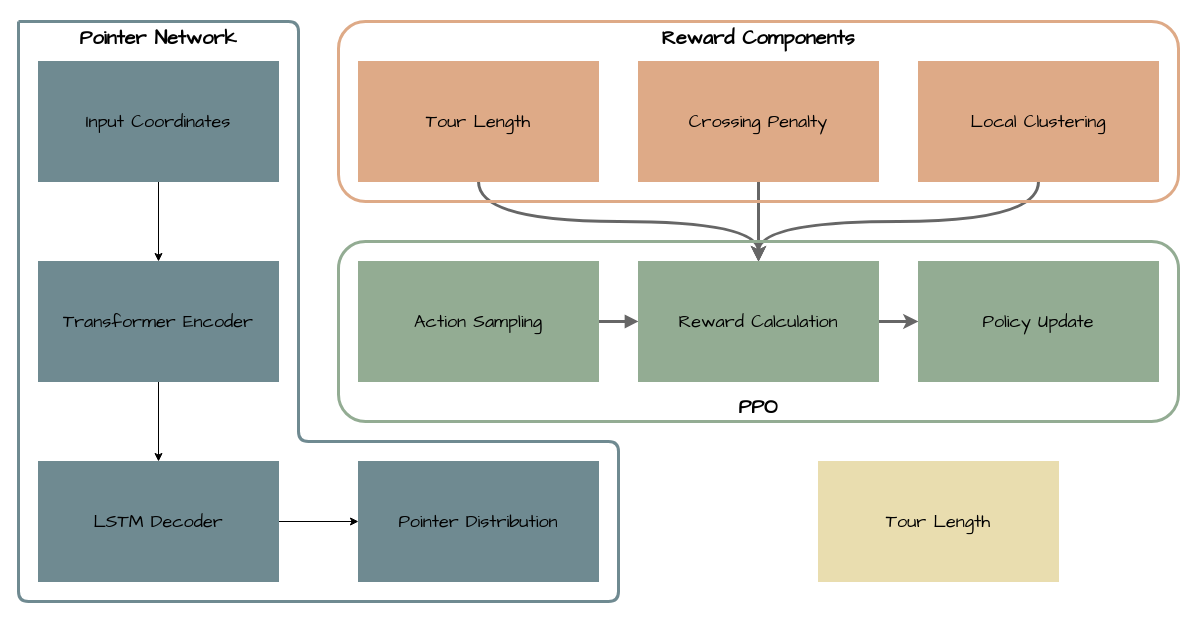
q10l01p/draw keeps this draw.io diagram as tsp.drawio. Above is the earlier version. Source tidied: cells renumbered, new cells numbered last; positions are measured from the earlier drawing's top-left corner, leaving out a move shared by most shapes. Both pictures are drawn from the tidied source at 100%, with x=0, y=0 at pixel (18, 21).
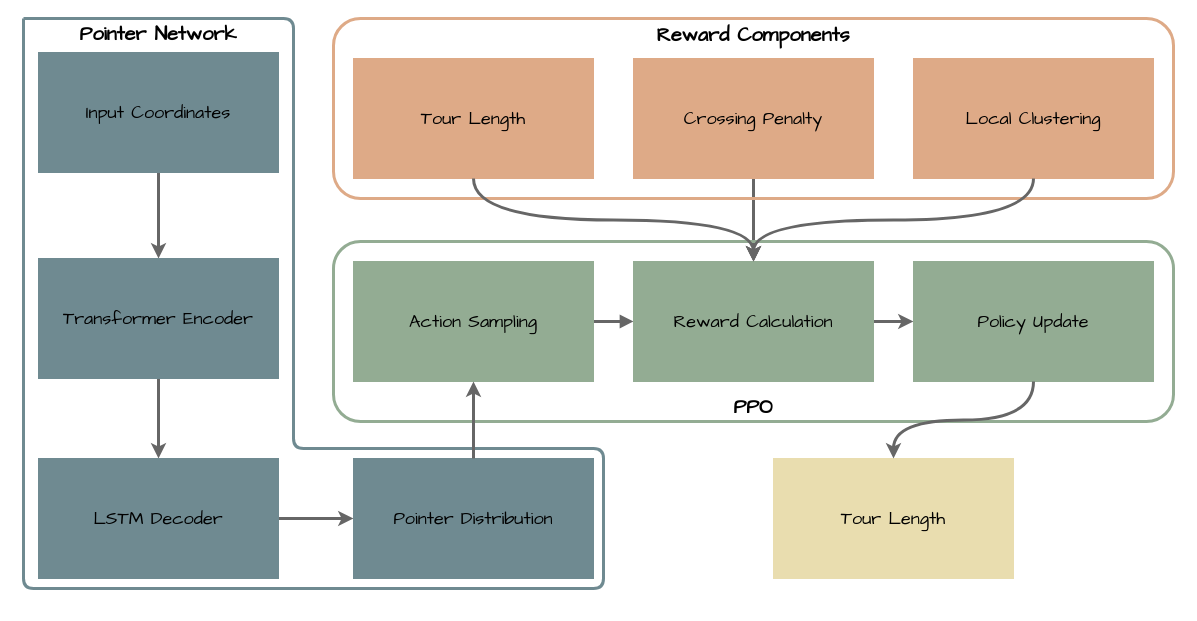
After the change.

Unchanged cells that the change refers to:
```xml
<mxCell id="17" value="&lt;p style=&quot;margin: 0px; font-style: normal; font-variant-caps: normal; font-stretch: normal; line-height: normal; font-size-adjust: none; font-kerning: auto; font-variant-alternates: normal; font-variant-ligatures: normal; font-variant-numeric: normal; font-variant-east-asian: normal; font-variant-position: normal; font-feature-settings: normal; font-optical-sizing: auto; font-variation-settings: normal;&quot;&gt;Tour Length&lt;/p&gt;" style="rounded=0;whiteSpace=wrap;html=1;fillColor=#DEAA87;strokeColor=#DEAA87;fontFamily=Comic Sans MS;fontSize=18;glass=0;" parent="15" vertex="1">
  <mxGeometry x="20" y="40" width="240" height="120" as="geometry" />
</mxCell>
<mxCell id="19" value="&lt;p style=&quot;margin: 0px; font-style: normal; font-variant-caps: normal; font-stretch: normal; line-height: normal; font-size-adjust: none; font-kerning: auto; font-variant-alternates: normal; font-variant-ligatures: normal; font-variant-numeric: normal; font-variant-east-asian: normal; font-variant-position: normal; font-feature-settings: normal; font-optical-sizing: auto; font-variation-settings: normal;&quot;&gt;Local Clustering&lt;/p&gt;" style="rounded=0;whiteSpace=wrap;html=1;fillColor=#DEAA87;strokeColor=#DEAA87;fontFamily=Comic Sans MS;fontSize=18;glass=0;gradientColor=none;fillStyle=auto;" parent="15" vertex="1">
  <mxGeometry x="580" y="40" width="240" height="120" as="geometry" />
</mxCell>
<mxCell id="24" value="&lt;p style=&quot;margin: 0px; font-style: normal; font-variant-caps: normal; font-stretch: normal; line-height: normal; font-size-adjust: none; font-kerning: auto; font-variant-alternates: normal; font-variant-ligatures: normal; font-variant-numeric: normal; font-variant-east-asian: normal; font-variant-position: normal; font-feature-settings: normal; font-optical-sizing: auto; font-variation-settings: normal;&quot;&gt;Action Sampling&lt;/p&gt;" style="rounded=0;whiteSpace=wrap;html=1;fillColor=#93AC93;strokeColor=#93AC93;fontFamily=Comic Sans MS;fontSize=18;glass=0;" parent="21" vertex="1">
  <mxGeometry x="20" y="20" width="240" height="120" as="geometry" />
</mxCell>
<mxCell id="26" value="&lt;p style=&quot;margin: 0px; font-style: normal; font-variant-caps: normal; font-stretch: normal; line-height: normal; font-size-adjust: none; font-kerning: auto; font-variant-alternates: normal; font-variant-ligatures: normal; font-variant-numeric: normal; font-variant-east-asian: normal; font-variant-position: normal; font-feature-settings: normal; font-optical-sizing: auto; font-variation-settings: normal;&quot;&gt;Reward Calculation&lt;/p&gt;" style="rounded=0;whiteSpace=wrap;html=1;fillColor=#93AC93;strokeColor=#93AC93;fontFamily=Comic Sans MS;fontSize=18;glass=0;" parent="21" vertex="1">
  <mxGeometry x="300" y="20" width="240" height="120" as="geometry" />
</mxCell>
<mxCell id="27" value="&lt;p style=&quot;margin: 0px; font-style: normal; font-variant-caps: normal; font-stretch: normal; line-height: normal; font-size-adjust: none; font-kerning: auto; font-variant-alternates: normal; font-variant-ligatures: normal; font-variant-numeric: normal; font-variant-east-asian: normal; font-variant-position: normal; font-feature-settings: normal; font-optical-sizing: auto; font-variation-settings: normal;&quot;&gt;Policy Update&lt;/p&gt;" style="rounded=0;whiteSpace=wrap;html=1;fillColor=#93AC93;strokeColor=#93AC93;fontFamily=Comic Sans MS;fontSize=18;glass=0;gradientColor=none;fillStyle=auto;" parent="21" vertex="1">
  <mxGeometry x="580" y="20" width="240" height="120" as="geometry" />
</mxCell>
```

The edit, as a diff of the source:
```diff
@@
     <mxCell id="3" value="&lt;p style=&quot;margin: 0px; font-style: normal; font-variant-caps: normal; font-stretch: normal; line-height: normal; font-size-adjust: none; font-kerning: auto; font-variant-alternates: normal; font-variant-ligatures: normal; font-variant-numeric: normal; font-variant-east-asian: normal; font-variant-position: normal; font-feature-settings: normal; font-optical-sizing: auto; font-variation-settings: normal;&quot;&gt;Tour Length&lt;/p&gt;" style="rounded=0;whiteSpace=wrap;html=1;fillColor=#E9DDAF;strokeColor=#E9DDAF;fontFamily=Comic Sans MS;fontSize=18;glass=0;" parent="1" vertex="1">
-      <mxGeometry x="800" y="440" width="240" height="120" as="geometry" />
+      <mxGeometry x="755" y="437" width="240" height="120" as="geometry" />
     </mxCell>
-    <mxCell id="4" style="edgeStyle=none;rounded=0;jettySize=auto;html=1;" parent="1" edge="1" source="5" target="7">
+    <mxCell id="4" style="edgeStyle=none;rounded=0;jettySize=auto;html=1;strokeWidth=3;fillColor=#f5f5f5;gradientColor=#b3b3b3;strokeColor=#666666;" parent="1" edge="1" source="5" target="7">
       <mxGeometry relative="1" as="geometry" />
     </mxCell>
     <mxCell id="5" value="&lt;p style=&quot;margin: 0px; font-style: normal; font-variant-caps: normal; font-stretch: normal; line-height: normal; font-size-adjust: none; font-kerning: auto; font-variant-alternates: normal; font-variant-ligatures: normal; font-variant-numeric: normal; font-variant-east-asian: normal; font-variant-position: normal; font-feature-settings: normal; font-optical-sizing: auto; font-variation-settings: normal;&quot;&gt;Input Coordinates&lt;/p&gt;" style="rounded=0;whiteSpace=wrap;html=1;fillColor=#6F8A91;strokeColor=#6F8A91;fontFamily=Comic Sans MS;fontSize=18;glass=0;" parent="1" vertex="1">
-      <mxGeometry x="20" y="40" width="240" height="120" as="geometry" />
+      <mxGeometry x="20" y="31" width="240" height="120" as="geometry" />
     </mxCell>
-    <mxCell id="6" style="edgeStyle=none;rounded=0;jettySize=auto;html=1;" parent="1" edge="1" source="7" target="9">
+    <mxCell id="6" style="edgeStyle=none;rounded=0;jettySize=auto;html=1;strokeWidth=3;fillColor=#f5f5f5;gradientColor=#b3b3b3;strokeColor=#666666;" parent="1" edge="1" source="7" target="9">
       <mxGeometry relative="1" as="geometry" />
     </mxCell>
     <mxCell id="7" value="&lt;p style=&quot;margin: 0px; font-style: normal; font-variant-caps: normal; font-stretch: normal; line-height: normal; font-size-adjust: none; font-kerning: auto; font-variant-alternates: normal; font-variant-ligatures: normal; font-variant-numeric: normal; font-variant-east-asian: normal; font-variant-position: normal; font-feature-settings: normal; font-optical-sizing: auto; font-variation-settings: normal;&quot;&gt;Transformer Encoder&lt;/p&gt;" style="rounded=0;whiteSpace=wrap;html=1;fillColor=#6F8A91;strokeColor=#6F8A91;fontFamily=Comic Sans MS;fontSize=18;glass=0;" parent="1" vertex="1">
-      <mxGeometry x="20" y="240" width="240" height="120" as="geometry" />
+      <mxGeometry x="20" y="237" width="240" height="120" as="geometry" />
     </mxCell>
-    <mxCell id="8" style="edgeStyle=none;rounded=0;jettySize=auto;html=1;" parent="1" edge="1" source="9" target="10">
+    <mxCell id="8" style="edgeStyle=none;rounded=0;jettySize=auto;html=1;strokeWidth=3;fillColor=#f5f5f5;gradientColor=#b3b3b3;strokeColor=#666666;" parent="1" edge="1" source="9" target="10">
       <mxGeometry relative="1" as="geometry" />
     </mxCell>
     <mxCell id="9" value="&lt;p style=&quot;margin: 0px; font-style: normal; font-variant-caps: normal; font-stretch: normal; line-height: normal; font-size-adjust: none; font-kerning: auto; font-variant-alternates: normal; font-variant-ligatures: normal; font-variant-numeric: normal; font-variant-east-asian: normal; font-variant-position: normal; font-feature-settings: normal; font-optical-sizing: auto; font-variation-settings: normal;&quot;&gt;LSTM Decoder&lt;/p&gt;" style="rounded=0;whiteSpace=wrap;html=1;fillColor=#6F8A91;strokeColor=#6F8A91;fontFamily=Comic Sans MS;fontSize=18;glass=0;" parent="1" vertex="1">
-      <mxGeometry x="20" y="440" width="240" height="120" as="geometry" />
+      <mxGeometry x="20" y="437" width="240" height="120" as="geometry" />
     </mxCell>
     <mxCell id="10" value="&lt;p style=&quot;margin: 0px; font-style: normal; font-variant-caps: normal; font-stretch: normal; line-height: normal; font-size-adjust: none; font-kerning: auto; font-variant-alternates: normal; font-variant-ligatures: normal; font-variant-numeric: normal; font-variant-east-asian: normal; font-variant-position: normal; font-feature-settings: normal; font-optical-sizing: auto; font-variation-settings: normal;&quot;&gt;Pointer Distribution&lt;/p&gt;" style="rounded=0;whiteSpace=wrap;html=1;fillColor=#6F8A91;strokeColor=#6F8A91;fontFamily=Comic Sans MS;fontSize=18;glass=0;" parent="1" vertex="1">
-      <mxGeometry x="340" y="440" width="240" height="120" as="geometry" />
+      <mxGeometry x="335" y="437" width="240" height="120" as="geometry" />
     </mxCell>
     <mxCell id="11" value="&lt;font&gt;Pointer Network&lt;/font&gt;" style="text;html=1;align=center;verticalAlign=middle;whiteSpace=wrap;rounded=0;fontFamily=Comic Sans MS;fontSize=20;fontStyle=1;" parent="1" vertex="1">
-      <mxGeometry x="60" y="1" width="160" height="30" as="geometry" />
+      <mxGeometry x="60" y="-3" width="160" height="30" as="geometry" />
     </mxCell>
-    <mxCell id="12" style="edgeStyle=orthogonalEdgeStyle;rounded=0;jettySize=auto;html=1;exitX=0.5;exitY=1;exitDx=0;exitDy=0;entryX=0.5;entryY=0;entryDx=0;entryDy=0;strokeWidth=3;fillColor=#f5f5f5;gradientColor=#b3b3b3;strokeColor=#666666;curved=1;" parent="1" edge="1" source="17" target="26">
-      <mxGeometry relative="1" as="geometry" />
-    </mxCell>
-    <mxCell id="13" style="edgeStyle=orthogonalEdgeStyle;rounded=0;jettySize=auto;html=1;exitX=0.5;exitY=1;exitDx=0;exitDy=0;strokeWidth=3;fillColor=#f5f5f5;gradientColor=#b3b3b3;strokeColor=#666666;curved=1;entryX=0.5;entryY=0;entryDx=0;entryDy=0;" parent="1" edge="1" source="19" target="26">
-      <mxGeometry relative="1" as="geometry" />
-    </mxCell>
     <mxCell id="14" style="edgeStyle=none;orthogonalLoop=1;jettySize=auto;html=1;rounded=1;endArrow=none;endFill=0;strokeWidth=3;strokeColor=#6F8A91;curved=0;" parent="1" edge="1">
       <mxGeometry relative="1" as="geometry">
-        <mxPoint as="sourcePoint" />
-        <mxPoint as="targetPoint" />
+        <mxPoint x="5" y="-3" as="sourcePoint" />
+        <mxPoint x="5" y="-3" as="targetPoint" />
         <Array as="points">
-          <mxPoint y="580" />
-          <mxPoint x="600" y="580" />
-          <mxPoint x="600" y="420" />
-          <mxPoint x="460" y="420" />
-          <mxPoint x="280" y="420" />
-          <mxPoint x="280" />
+          <mxPoint x="5" y="567" />
+          <mxPoint x="585" y="567" />
+          <mxPoint x="585" y="427" />
+          <mxPoint x="275" y="427" />
+          <mxPoint x="275" y="-3" />
         </Array>
       </mxGeometry>
     </mxCell>
     <mxCell id="15" style="group;" parent="1" vertex="1">
-      <mxGeometry x="320" width="840" height="180" as="geometry" />
+      <mxGeometry x="315" y="-3" width="840" height="180" as="geometry" />
     </mxCell>
-    <mxCell id="16" style="rounded=1;whiteSpace=wrap;html=1;fillColor=none;strokeColor=#DEAA87;strokeWidth=3;perimeterSpacing=0;glass=1;fontFamily=Comic Sans MS;" parent="15" vertex="1">
-      <mxGeometry width="840" height="180" as="geometry" />
-    </mxCell>
@@
+    <mxCell id="16" style="rounded=1;whiteSpace=wrap;html=1;fillColor=none;strokeColor=#DEAA87;strokeWidth=3;perimeterSpacing=0;glass=1;fontFamily=Comic Sans MS;" parent="15" vertex="1">
+      <mxGeometry width="840" height="180" as="geometry" />
+    </mxCell>
     <mxCell id="21" style="group;" parent="1" vertex="1">
-      <mxGeometry x="320" y="220" width="840" height="180" as="geometry" />
+      <mxGeometry x="315" y="220" width="840" height="180" as="geometry" />
     </mxCell>
@@
+    <mxCell id="29" style="edgeStyle=none;rounded=0;jettySize=auto;html=1;entryX=0.5;entryY=1;entryDx=0;entryDy=0;fillColor=#f5f5f5;gradientColor=#b3b3b3;strokeColor=#666666;strokeWidth=3;" parent="1" edge="1" source="10" target="24">
+      <mxGeometry relative="1" as="geometry" />
+    </mxCell>
+    <mxCell id="12" style="edgeStyle=orthogonalEdgeStyle;rounded=0;jettySize=auto;html=1;exitX=0.5;exitY=1;exitDx=0;exitDy=0;entryX=0.5;entryY=0;entryDx=0;entryDy=0;strokeWidth=3;fillColor=#f5f5f5;gradientColor=#b3b3b3;strokeColor=#666666;curved=1;" parent="1" edge="1" source="17" target="26">
+      <mxGeometry relative="1" as="geometry" />
+    </mxCell>
+    <mxCell id="13" style="edgeStyle=orthogonalEdgeStyle;rounded=0;jettySize=auto;html=1;exitX=0.5;exitY=1;exitDx=0;exitDy=0;strokeWidth=3;fillColor=#f5f5f5;gradientColor=#b3b3b3;strokeColor=#666666;curved=1;entryX=0.5;entryY=0;entryDx=0;entryDy=0;" parent="1" edge="1" source="19" target="26">
+      <mxGeometry relative="1" as="geometry" />
+    </mxCell>
+    <mxCell id="30" style="edgeStyle=orthogonalEdgeStyle;rounded=0;jettySize=auto;html=1;entryX=0.5;entryY=0;entryDx=0;entryDy=0;strokeWidth=3;curved=1;fillColor=#f5f5f5;gradientColor=#b3b3b3;strokeColor=#666666;" parent="1" edge="1" source="27" target="3">
+      <mxGeometry relative="1" as="geometry" />
+    </mxCell>
```
